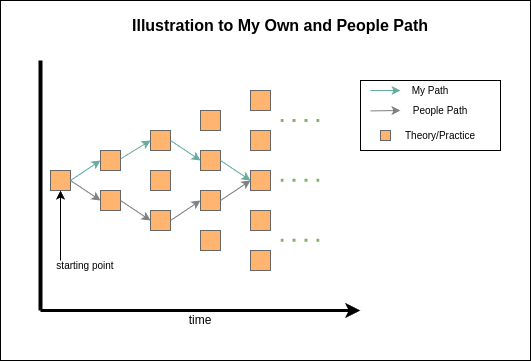
Earlier version of the draw.io export cybernetworkroadmap.drawio.png (troders34/roadmap). Source tidied: cells renumbered, new cells last; positions are measured from the earlier drawing's top-left corner, leaving out a move shared by most shapes.
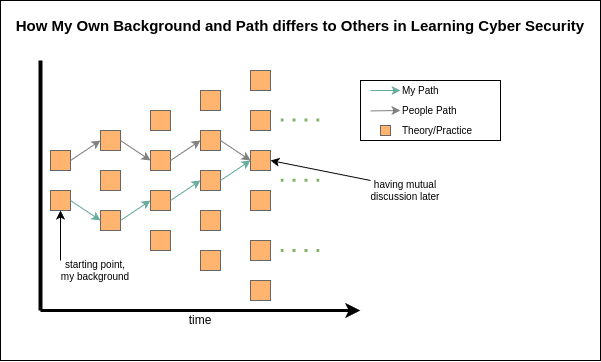
The same file after the commit.

The edit, as a diff of the source:
```diff
@@ -2,155 +2,171 @@
   <root>
     <mxCell id="0" />
     <mxCell id="1" parent="0" />
-    <mxCell id="2" style="group;" parent="1" vertex="1">
-      <mxGeometry width="530" height="360" as="geometry" />
-    </mxCell>
-    <mxCell id="3" style="rounded=0;whiteSpace=wrap;html=1;" parent="2" vertex="1">
-      <mxGeometry width="530" height="360" as="geometry" />
+    <mxCell id="3" style="rounded=0;whiteSpace=wrap;html=1;" parent="1" vertex="1">
+      <mxGeometry width="600" height="360" as="geometry" />
     </mxCell>
-    <mxCell id="4" style="rounded=1;whiteSpace=wrap;html=1;fillColor=#FFB570;strokeColor=#666666;arcSize=0;fontColor=#333333;" parent="2" vertex="1">
-      <mxGeometry x="150" y="210" width="20" height="20" as="geometry" />
+    <mxCell id="4" style="rounded=1;whiteSpace=wrap;html=1;fillColor=#FFB570;strokeColor=#666666;arcSize=0;fontColor=#333333;" parent="1" vertex="1">
+      <mxGeometry x="100" y="210" width="20" height="20" as="geometry" />
     </mxCell>
-    <mxCell id="5" style="rounded=1;whiteSpace=wrap;html=1;fillColor=#FFB570;strokeColor=#666666;arcSize=0;fontColor=#333333;" parent="2" vertex="1">
-      <mxGeometry x="150" y="170" width="20" height="20" as="geometry" />
+    <mxCell id="5" style="rounded=1;whiteSpace=wrap;html=1;fillColor=#FFB570;strokeColor=#666666;arcSize=0;fontColor=#333333;" parent="1" vertex="1">
+      <mxGeometry x="100" y="170" width="20" height="20" as="geometry" />
     </mxCell>
-    <mxCell id="6" style="rounded=1;whiteSpace=wrap;html=1;fillColor=#FFB570;strokeColor=#666666;arcSize=0;fontColor=#333333;" parent="2" vertex="1">
-      <mxGeometry x="250" y="250" width="20" height="20" as="geometry" />
+    <mxCell id="6" style="rounded=1;whiteSpace=wrap;html=1;fillColor=#FFB570;strokeColor=#666666;arcSize=0;fontColor=#333333;" parent="1" vertex="1">
+      <mxGeometry x="200" y="250" width="20" height="20" as="geometry" />
     </mxCell>
-    <mxCell id="7" style="rounded=1;whiteSpace=wrap;html=1;fillColor=#FFB570;strokeColor=#666666;arcSize=0;fontColor=#333333;" parent="2" vertex="1">
-      <mxGeometry x="250" y="210" width="20" height="20" as="geometry" />
+    <mxCell id="7" style="rounded=1;whiteSpace=wrap;html=1;fillColor=#FFB570;strokeColor=#666666;arcSize=0;fontColor=#333333;" parent="1" vertex="1">
+      <mxGeometry x="200" y="210" width="20" height="20" as="geometry" />
     </mxCell>
-    <mxCell id="8" style="rounded=1;whiteSpace=wrap;html=1;fillColor=#FFB570;strokeColor=#666666;arcSize=0;fontColor=#333333;" parent="2" vertex="1">
-      <mxGeometry x="250" y="170" width="20" height="20" as="geometry" />
+    <mxCell id="8" style="rounded=1;whiteSpace=wrap;html=1;fillColor=#FFB570;strokeColor=#666666;arcSize=0;fontColor=#333333;" parent="1" vertex="1">
+      <mxGeometry x="200" y="170" width="20" height="20" as="geometry" />
     </mxCell>
-    <mxCell id="9" style="rounded=1;whiteSpace=wrap;html=1;fillColor=#FFB570;strokeColor=#666666;arcSize=0;fontColor=#333333;" parent="2" vertex="1">
-      <mxGeometry x="200" y="150" width="20" height="20" as="geometry" />
+    <mxCell id="9" style="rounded=1;whiteSpace=wrap;html=1;fillColor=#FFB570;strokeColor=#666666;arcSize=0;fontColor=#333333;" parent="1" vertex="1">
+      <mxGeometry x="150" y="150" width="20" height="20" as="geometry" />
     </mxCell>
-    <mxCell id="10" style="rounded=1;whiteSpace=wrap;html=1;fillColor=#FFB570;strokeColor=#666666;arcSize=0;fontColor=#333333;" parent="2" vertex="1">
-      <mxGeometry x="200" y="110" width="20" height="20" as="geometry" />
+    <mxCell id="10" style="rounded=1;whiteSpace=wrap;html=1;fillColor=#FFB570;strokeColor=#666666;arcSize=0;fontColor=#333333;" parent="1" vertex="1">
+      <mxGeometry x="150" y="110" width="20" height="20" as="geometry" />
     </mxCell>
-    <mxCell id="11" style="rounded=1;whiteSpace=wrap;html=1;fillColor=#FFB570;strokeColor=#666666;arcSize=0;fontColor=#333333;" parent="2" vertex="1">
-      <mxGeometry x="250" y="130" width="20" height="20" as="geometry" />
+    <mxCell id="11" style="rounded=1;whiteSpace=wrap;html=1;fillColor=#FFB570;strokeColor=#666666;arcSize=0;fontColor=#333333;" parent="1" vertex="1">
+      <mxGeometry x="200" y="130" width="20" height="20" as="geometry" />
     </mxCell>
-    <mxCell id="12" style="rounded=1;whiteSpace=wrap;html=1;fillColor=#FFB570;strokeColor=#666666;arcSize=0;fontColor=#333333;" parent="2" vertex="1">
-      <mxGeometry x="200" y="230" width="20" height="20" as="geometry" />
+    <mxCell id="12" style="rounded=1;whiteSpace=wrap;html=1;fillColor=#FFB570;strokeColor=#666666;arcSize=0;fontColor=#333333;" parent="1" vertex="1">
+      <mxGeometry x="150" y="230" width="20" height="20" as="geometry" />
     </mxCell>
-    <mxCell id="13" style="rounded=1;whiteSpace=wrap;html=1;fillColor=#FFB570;strokeColor=#666666;arcSize=0;fontColor=#333333;" parent="2" vertex="1">
-      <mxGeometry x="200" y="190" width="20" height="20" as="geometry" />
+    <mxCell id="13" style="rounded=1;whiteSpace=wrap;html=1;fillColor=#FFB570;strokeColor=#666666;arcSize=0;fontColor=#333333;" parent="1" vertex="1">
+      <mxGeometry x="150" y="190" width="20" height="20" as="geometry" />
     </mxCell>
-    <mxCell id="14" style="rounded=1;whiteSpace=wrap;html=1;fillColor=#FFB570;strokeColor=#666666;arcSize=0;fontColor=#333333;" parent="2" vertex="1">
-      <mxGeometry x="250" y="90" width="20" height="20" as="geometry" />
+    <mxCell id="14" style="rounded=1;whiteSpace=wrap;html=1;fillColor=#FFB570;strokeColor=#666666;arcSize=0;fontColor=#333333;" parent="1" vertex="1">
+      <mxGeometry x="200" y="90" width="20" height="20" as="geometry" />
     </mxCell>
-    <mxCell id="15" style="rounded=1;whiteSpace=wrap;html=1;fillColor=#FFB570;strokeColor=#666666;arcSize=0;fontColor=#333333;" parent="2" vertex="1">
-      <mxGeometry x="150" y="130" width="20" height="20" as="geometry" />
+    <mxCell id="15" style="rounded=1;whiteSpace=wrap;html=1;fillColor=#FFB570;strokeColor=#666666;arcSize=0;fontColor=#333333;" parent="1" vertex="1">
+      <mxGeometry x="100" y="130" width="20" height="20" as="geometry" />
     </mxCell>
-    <mxCell id="16" style="rounded=1;whiteSpace=wrap;html=1;fillColor=#FFB570;strokeColor=#666666;arcSize=0;fontColor=#333333;" parent="2" vertex="1">
-      <mxGeometry x="100" y="190" width="20" height="20" as="geometry" />
+    <mxCell id="16" style="rounded=1;whiteSpace=wrap;html=1;fillColor=#FFB570;strokeColor=#666666;arcSize=0;fontColor=#333333;" parent="1" vertex="1">
+      <mxGeometry x="50" y="190" width="20" height="20" as="geometry" />
     </mxCell>
-    <mxCell id="17" style="rounded=1;whiteSpace=wrap;html=1;fillColor=#FFB570;strokeColor=#666666;arcSize=0;fontColor=#333333;" parent="2" vertex="1">
-      <mxGeometry x="100" y="150" width="20" height="20" as="geometry" />
+    <mxCell id="17" style="rounded=1;whiteSpace=wrap;html=1;fillColor=#FFB570;strokeColor=#666666;arcSize=0;fontColor=#333333;" parent="1" vertex="1">
+      <mxGeometry x="50" y="150" width="20" height="20" as="geometry" />
     </mxCell>
-    <mxCell id="18" style="rounded=1;whiteSpace=wrap;html=1;fillColor=#FFB570;strokeColor=#666666;arcSize=0;fontColor=#333333;" parent="2" vertex="1">
-      <mxGeometry x="50" y="170" width="20" height="20" as="geometry" />
-    </mxCell>
-    <mxCell id="19" style="endArrow=none;dashed=1;html=1;dashPattern=1 3;strokeWidth=3;rounded=0;fillColor=#d5e8d4;strokeColor=#82b366;" parent="2" edge="1">
+    <mxCell id="19" style="endArrow=none;dashed=1;html=1;dashPattern=1 3;strokeWidth=3;rounded=0;fillColor=#d5e8d4;strokeColor=#82b366;" parent="1" edge="1">
       <mxGeometry relative="1" as="geometry">
-        <mxPoint x="280" y="120" as="sourcePoint" />
-        <mxPoint x="320" y="120" as="targetPoint" />
+        <mxPoint x="280" y="119.5" as="sourcePoint" />
+        <mxPoint x="320" y="119.5" as="targetPoint" />
       </mxGeometry>
     </mxCell>
-    <mxCell id="20" style="endArrow=none;dashed=1;html=1;dashPattern=1 3;strokeWidth=3;rounded=0;fillColor=#d5e8d4;strokeColor=#82b366;" parent="2" edge="1">
+    <mxCell id="20" style="endArrow=none;dashed=1;html=1;dashPattern=1 3;strokeWidth=3;rounded=0;fillColor=#d5e8d4;strokeColor=#82b366;" parent="1" edge="1">
       <mxGeometry relative="1" as="geometry">
         <mxPoint x="280" y="179.8" as="sourcePoint" />
         <mxPoint x="320" y="179.8" as="targetPoint" />
       </mxGeometry>
     </mxCell>
-    <mxCell id="21" style="endArrow=none;dashed=1;html=1;dashPattern=1 3;strokeWidth=3;rounded=0;fillColor=#d5e8d4;strokeColor=#82b366;" parent="2" edge="1">
+    <mxCell id="21" style="endArrow=none;dashed=1;html=1;dashPattern=1 3;strokeWidth=3;rounded=0;fillColor=#d5e8d4;strokeColor=#82b366;" parent="1" edge="1">
       <mxGeometry relative="1" as="geometry">
-        <mxPoint x="280" y="239.8" as="sourcePoint" />
-        <mxPoint x="320" y="239.8" as="targetPoint" />
+        <mxPoint x="280" y="250" as="sourcePoint" />
+        <mxPoint x="320" y="250" as="targetPoint" />
       </mxGeometry>
     </mxCell>
-    <mxCell id="22" value="time" style="text;html=1;align=center;verticalAlign=middle;whiteSpace=wrap;rounded=0;" parent="2" vertex="1">
+    <mxCell id="22" value="time" style="text;html=1;align=center;verticalAlign=middle;whiteSpace=wrap;rounded=0;" parent="1" vertex="1">
       <mxGeometry x="170" y="310" width="60" height="20" as="geometry" />
     </mxCell>
-    <mxCell id="23" style="endArrow=classic;html=1;rounded=0;" parent="2" edge="1">
+    <mxCell id="23" style="endArrow=classic;html=1;rounded=0;entryX=0.5;entryY=1;entryDx=0;entryDy=0;" parent="1" edge="1" target="16">
       <mxGeometry relative="1" as="geometry">
         <mxPoint x="60" y="260" as="sourcePoint" />
-        <mxPoint x="60" y="190" as="targetPoint" />
       </mxGeometry>
     </mxCell>
-    <mxCell id="24" style="endArrow=classic;html=1;rounded=0;strokeWidth=3;" parent="2" edge="1">
+    <mxCell id="24" style="endArrow=classic;html=1;rounded=0;strokeWidth=3;" parent="1" edge="1">
       <mxGeometry relative="1" as="geometry">
         <mxPoint x="40" y="310" as="sourcePoint" />
         <mxPoint x="360" y="310" as="targetPoint" />
       </mxGeometry>
     </mxCell>
-    <mxCell id="25" style="endArrow=none;html=1;rounded=0;strokeWidth=4;" parent="2" edge="1">
+    <mxCell id="25" style="endArrow=none;html=1;rounded=0;strokeWidth=4;" parent="1" edge="1">
       <mxGeometry relative="1" as="geometry">
         <mxPoint x="40" y="60" as="sourcePoint" />
         <mxPoint x="40" y="310" as="targetPoint" />
       </mxGeometry>
     </mxCell>
-    <mxCell id="26" value="starting point" style="text;html=1;align=center;verticalAlign=middle;whiteSpace=wrap;rounded=0;fontSize=10;" parent="2" vertex="1">
-      <mxGeometry x="50" y="260" width="70" height="10" as="geometry" />
+    <mxCell id="26" value="starting point,&lt;div&gt;my background&lt;/div&gt;" style="text;html=1;align=center;verticalAlign=middle;whiteSpace=wrap;rounded=0;fontSize=10;" parent="1" vertex="1">
+      <mxGeometry x="50" y="260" width="90" height="20" as="geometry" />
     </mxCell>
-    <mxCell id="27" style="endArrow=classic;html=1;rounded=0;strokeColor=#67AB9F;strokeWidth=1;exitX=1;exitY=0.5;exitDx=0;exitDy=0;entryX=0;entryY=0.5;entryDx=0;entryDy=0;" parent="2" edge="1" source="18" target="17">
-      <mxGeometry relative="1" as="geometry" />
-    </mxCell>
-    <mxCell id="28" style="endArrow=classic;html=1;rounded=0;strokeColor=#67AB9F;strokeWidth=1;exitX=1.01;exitY=0.414;exitDx=0;exitDy=0;entryX=0;entryY=0.5;entryDx=0;entryDy=0;exitPerimeter=0;" parent="2" edge="1" source="17" target="15">
+    <mxCell id="28" style="endArrow=classic;html=1;rounded=0;strokeColor=#67AB9F;strokeWidth=1;exitX=1;exitY=0.5;exitDx=0;exitDy=0;entryX=0;entryY=0.5;entryDx=0;entryDy=0;" parent="1" edge="1" source="4" target="13">
       <mxGeometry relative="1" as="geometry" />
     </mxCell>
-    <mxCell id="29" style="endArrow=classic;html=1;rounded=0;strokeColor=#67AB9F;strokeWidth=1;exitX=1;exitY=0.5;exitDx=0;exitDy=0;entryX=0;entryY=0.5;entryDx=0;entryDy=0;" parent="2" edge="1" source="15" target="9">
-      <mxGeometry relative="1" as="geometry" />
-    </mxCell>
-    <mxCell id="30" style="endArrow=classic;html=1;rounded=0;strokeColor=#67AB9F;strokeWidth=1;exitX=1;exitY=0.5;exitDx=0;exitDy=0;entryX=0;entryY=0.5;entryDx=0;entryDy=0;" parent="2" edge="1" source="9" target="8">
+    <mxCell id="30" style="endArrow=classic;html=1;rounded=0;strokeColor=#67AB9F;strokeWidth=1;exitX=1;exitY=0.5;exitDx=0;exitDy=0;entryX=0;entryY=0.5;entryDx=0;entryDy=0;" parent="1" edge="1" source="13" target="8">
       <mxGeometry relative="1" as="geometry" />
     </mxCell>
-    <mxCell id="31" style="endArrow=classic;html=1;rounded=0;strokeColor=#808080;strokeWidth=1;exitX=1;exitY=0.5;exitDx=0;exitDy=0;entryX=0;entryY=0.5;entryDx=0;entryDy=0;" parent="2" edge="1" source="18" target="16">
-      <mxGeometry relative="1" as="geometry" />
-    </mxCell>
-    <mxCell id="32" style="endArrow=classic;html=1;rounded=0;strokeColor=#808080;strokeWidth=1;exitX=1;exitY=0.5;exitDx=0;exitDy=0;entryX=0;entryY=0.5;entryDx=0;entryDy=0;" parent="2" edge="1" source="16" target="4">
+    <mxCell id="32" style="endArrow=classic;html=1;rounded=0;strokeColor=#67AB9F;strokeWidth=1;exitX=1;exitY=0.5;exitDx=0;exitDy=0;entryX=0;entryY=0.5;entryDx=0;entryDy=0;" parent="1" edge="1" source="16" target="4">
       <mxGeometry relative="1" as="geometry" />
     </mxCell>
-    <mxCell id="33" style="endArrow=classic;html=1;rounded=0;strokeColor=#808080;strokeWidth=1;exitX=1;exitY=0.5;exitDx=0;exitDy=0;entryX=0;entryY=0.5;entryDx=0;entryDy=0;" parent="2" edge="1" source="4" target="13">
+    <mxCell id="33" style="endArrow=classic;html=1;rounded=0;strokeColor=#808080;strokeWidth=1;exitX=1;exitY=0.5;exitDx=0;exitDy=0;entryX=0;entryY=0.5;entryDx=0;entryDy=0;" parent="1" edge="1" source="15" target="9">
       <mxGeometry relative="1" as="geometry" />
     </mxCell>
-    <mxCell id="34" style="endArrow=classic;html=1;rounded=0;strokeColor=#808080;strokeWidth=1;exitX=1;exitY=0.5;exitDx=0;exitDy=0;entryX=0;entryY=0.5;entryDx=0;entryDy=0;" parent="2" edge="1" source="13" target="8">
+    <mxCell id="34" style="endArrow=classic;html=1;rounded=0;strokeColor=#808080;strokeWidth=1;exitX=1;exitY=0.5;exitDx=0;exitDy=0;entryX=0;entryY=0.5;entryDx=0;entryDy=0;" parent="1" edge="1" source="17" target="15">
       <mxGeometry relative="1" as="geometry" />
     </mxCell>
-    <mxCell id="35" style="group;" parent="2" vertex="1">
-      <mxGeometry x="360" y="80" width="140" height="70" as="geometry" />
-    </mxCell>
+    <mxCell id="44" style="rounded=1;whiteSpace=wrap;html=1;fillColor=#FFB570;strokeColor=#666666;arcSize=0;fontColor=#333333;" parent="1" vertex="1">
+      <mxGeometry x="250" y="70" width="20" height="20" as="geometry" />
+    </mxCell>
+    <mxCell id="45" style="rounded=1;whiteSpace=wrap;html=1;fillColor=#FFB570;strokeColor=#666666;arcSize=0;fontColor=#333333;" parent="1" vertex="1">
+      <mxGeometry x="250" y="110" width="20" height="20" as="geometry" />
+    </mxCell>
+    <mxCell id="46" style="rounded=1;whiteSpace=wrap;html=1;fillColor=#FFB570;strokeColor=#666666;arcSize=0;fontColor=#333333;" parent="1" vertex="1">
+      <mxGeometry x="250" y="150" width="20" height="20" as="geometry" />
+    </mxCell>
+    <mxCell id="47" style="rounded=1;whiteSpace=wrap;html=1;fillColor=#FFB570;strokeColor=#666666;arcSize=0;fontColor=#333333;" parent="1" vertex="1">
+      <mxGeometry x="250" y="190" width="20" height="20" as="geometry" />
+    </mxCell>
+    <mxCell id="48" style="rounded=1;whiteSpace=wrap;html=1;fillColor=#FFB570;strokeColor=#666666;arcSize=0;fontColor=#333333;" parent="1" vertex="1">
+      <mxGeometry x="250" y="240" width="20" height="20" as="geometry" />
+    </mxCell>
+    <mxCell id="49" style="rounded=1;whiteSpace=wrap;html=1;fillColor=#FFB570;strokeColor=#666666;arcSize=0;fontColor=#333333;" parent="1" vertex="1">
+      <mxGeometry x="250" y="280" width="20" height="20" as="geometry" />
+    </mxCell>
+    <mxCell id="50" style="endArrow=classic;html=1;rounded=0;strokeColor=#808080;strokeWidth=1;exitX=1;exitY=0.5;exitDx=0;exitDy=0;entryX=0;entryY=0.5;entryDx=0;entryDy=0;" parent="1" edge="1" source="9" target="11">
+      <mxGeometry relative="1" as="geometry" />
+    </mxCell>
+    <mxCell id="51" style="endArrow=classic;html=1;rounded=0;strokeColor=#808080;strokeWidth=1;exitX=1;exitY=0.5;exitDx=0;exitDy=0;entryX=0;entryY=0.5;entryDx=0;entryDy=0;" parent="1" edge="1" source="11" target="46">
+      <mxGeometry relative="1" as="geometry" />
+    </mxCell>
+    <mxCell id="52" style="endArrow=classic;html=1;rounded=0;strokeColor=#67AB9F;strokeWidth=1;exitX=1;exitY=0.5;exitDx=0;exitDy=0;entryX=0;entryY=0.5;entryDx=0;entryDy=0;" parent="1" edge="1" source="8" target="46">
+      <mxGeometry relative="1" as="geometry" />
+    </mxCell>
-    <mxCell id="36" style="rounded=0;whiteSpace=wrap;html=1;" parent="35" vertex="1">
-      <mxGeometry width="140" height="70" as="geometry" />
+    <mxCell id="36" style="rounded=0;whiteSpace=wrap;html=1;" parent="1" vertex="1">
+      <mxGeometry x="360" y="80" width="140" height="60" as="geometry" />
     </mxCell>
-    <mxCell id="37" style="endArrow=classic;html=1;rounded=0;strokeColor=#67AB9F;strokeWidth=1;exitX=1;exitY=0.5;exitDx=0;exitDy=0;" parent="35" edge="1">
+    <mxCell id="37" style="endArrow=classic;html=1;rounded=0;strokeColor=#67AB9F;strokeWidth=1;exitX=1;exitY=0.5;exitDx=0;exitDy=0;" parent="1" edge="1">
       <mxGeometry relative="1" as="geometry">
-        <mxPoint x="10" y="10" as="sourcePoint" />
-        <mxPoint x="40" y="10" as="targetPoint" />
+        <mxPoint x="370" y="90" as="sourcePoint" />
+        <mxPoint x="400" y="90" as="targetPoint" />
       </mxGeometry>
     </mxCell>
-    <mxCell id="38" style="endArrow=classic;html=1;rounded=0;strokeColor=#808080;strokeWidth=1;exitX=1;exitY=0.5;exitDx=0;exitDy=0;" parent="35" edge="1">
+    <mxCell id="38" style="endArrow=classic;html=1;rounded=0;strokeColor=#808080;strokeWidth=1;exitX=1;exitY=0.5;exitDx=0;exitDy=0;" parent="1" edge="1">
       <mxGeometry relative="1" as="geometry">
-        <mxPoint x="10" y="30.4" as="sourcePoint" />
-        <mxPoint x="40" y="30" as="targetPoint" />
+        <mxPoint x="370" y="110.4" as="sourcePoint" />
+        <mxPoint x="400" y="110" as="targetPoint" />
       </mxGeometry>
     </mxCell>
-    <mxCell id="39" value="My Path" style="text;html=1;align=center;verticalAlign=middle;whiteSpace=wrap;rounded=0;fontSize=10;" parent="35" vertex="1">
-      <mxGeometry x="40" width="60" height="20" as="geometry" />
+    <mxCell id="39" value="My Path" style="text;html=1;align=left;verticalAlign=middle;whiteSpace=wrap;rounded=0;fontSize=10;" parent="1" vertex="1">
+      <mxGeometry x="400" y="80" width="60" height="20" as="geometry" />
     </mxCell>
-    <mxCell id="40" value="People Path" style="text;html=1;align=center;verticalAlign=middle;whiteSpace=wrap;rounded=0;fontSize=10;" parent="35" vertex="1">
-      <mxGeometry x="40" y="20" width="80" height="20" as="geometry" />
+    <mxCell id="40" value="People Path" style="text;html=1;align=left;verticalAlign=middle;whiteSpace=wrap;rounded=0;fontSize=10;" parent="1" vertex="1">
+      <mxGeometry x="400" y="100" width="80" height="20" as="geometry" />
     </mxCell>
-    <mxCell id="41" style="rounded=1;whiteSpace=wrap;html=1;fillColor=#FFB570;strokeColor=#666666;arcSize=0;fontColor=#333333;" parent="35" vertex="1">
-      <mxGeometry x="20" y="50" width="10" height="10" as="geometry" />
+    <mxCell id="41" style="rounded=1;whiteSpace=wrap;html=1;fillColor=#FFB570;strokeColor=#666666;arcSize=0;fontColor=#333333;" parent="1" vertex="1">
+      <mxGeometry x="380" y="125" width="10" height="10" as="geometry" />
     </mxCell>
-    <mxCell id="42" value="Theory/Practice" style="text;html=1;align=center;verticalAlign=middle;whiteSpace=wrap;rounded=0;fontSize=10;" parent="35" vertex="1">
-      <mxGeometry x="40" y="45" width="80" height="20" as="geometry" />
+    <mxCell id="42" value="Theory/Practice" style="text;html=1;align=left;verticalAlign=middle;whiteSpace=wrap;rounded=0;fontSize=10;" parent="1" vertex="1">
+      <mxGeometry x="400" y="120" width="80" height="20" as="geometry" />
     </mxCell>
-    <mxCell id="43" value="&lt;b&gt;&lt;font style=&quot;font-size: 16px;&quot;&gt;Illustration to My Own and People Path&lt;/font&gt;&lt;/b&gt;" style="text;html=1;align=center;verticalAlign=middle;whiteSpace=wrap;rounded=0;" parent="2" vertex="1">
-      <mxGeometry x="120" y="10" width="320" height="30" as="geometry" />
+    <mxCell id="43" value="&lt;span&gt;&lt;b&gt;How My Own Background and Path differs to Others in Learning Cyber Security&lt;/b&gt;&lt;/span&gt;" style="text;html=1;align=center;verticalAlign=middle;whiteSpace=wrap;rounded=0;fontSize=15;" parent="1" vertex="1">
+      <mxGeometry x="10" y="10" width="580" height="30" as="geometry" />
     </mxCell>
+    <mxCell id="53" style="endArrow=classic;html=1;rounded=0;entryX=1;entryY=0.5;entryDx=0;entryDy=0;" parent="1" edge="1" target="46">
+      <mxGeometry relative="1" as="geometry">
+        <mxPoint x="370" y="180" as="sourcePoint" />
+      </mxGeometry>
+    </mxCell>
+    <mxCell id="54" value="having mutual discussion later" style="text;html=1;align=center;verticalAlign=middle;whiteSpace=wrap;rounded=0;fontSize=10;" parent="1" vertex="1">
+      <mxGeometry x="360" y="180" width="90" height="20" as="geometry" />
+    </mxCell>
   </root>
 </mxGraphModel>
```
